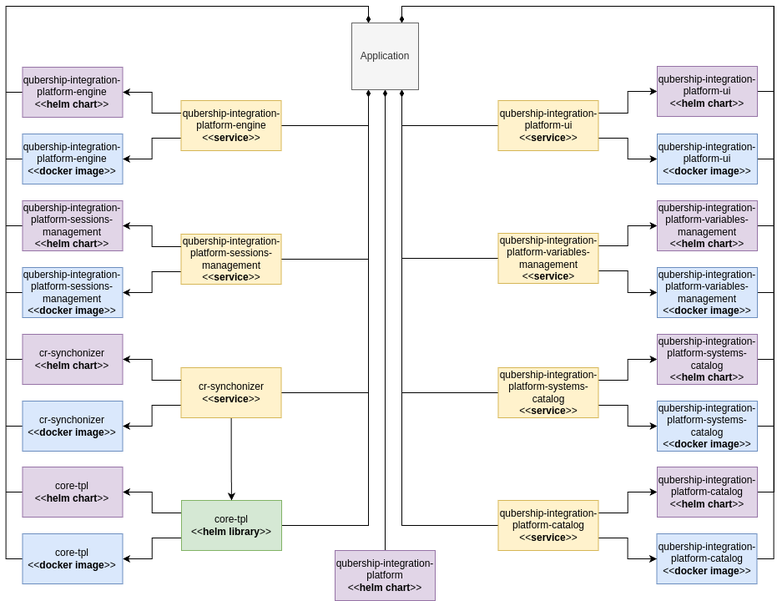
Earlier version of the draw.io export docs/images/qip-application-manifest-without-plugins.drawio.png (sivareddyit/qubership-envgene). Source tidied: cells renumbered, new cells last; positions are measured from the earlier drawing's top-left corner, leaving out a move shared by most shapes.
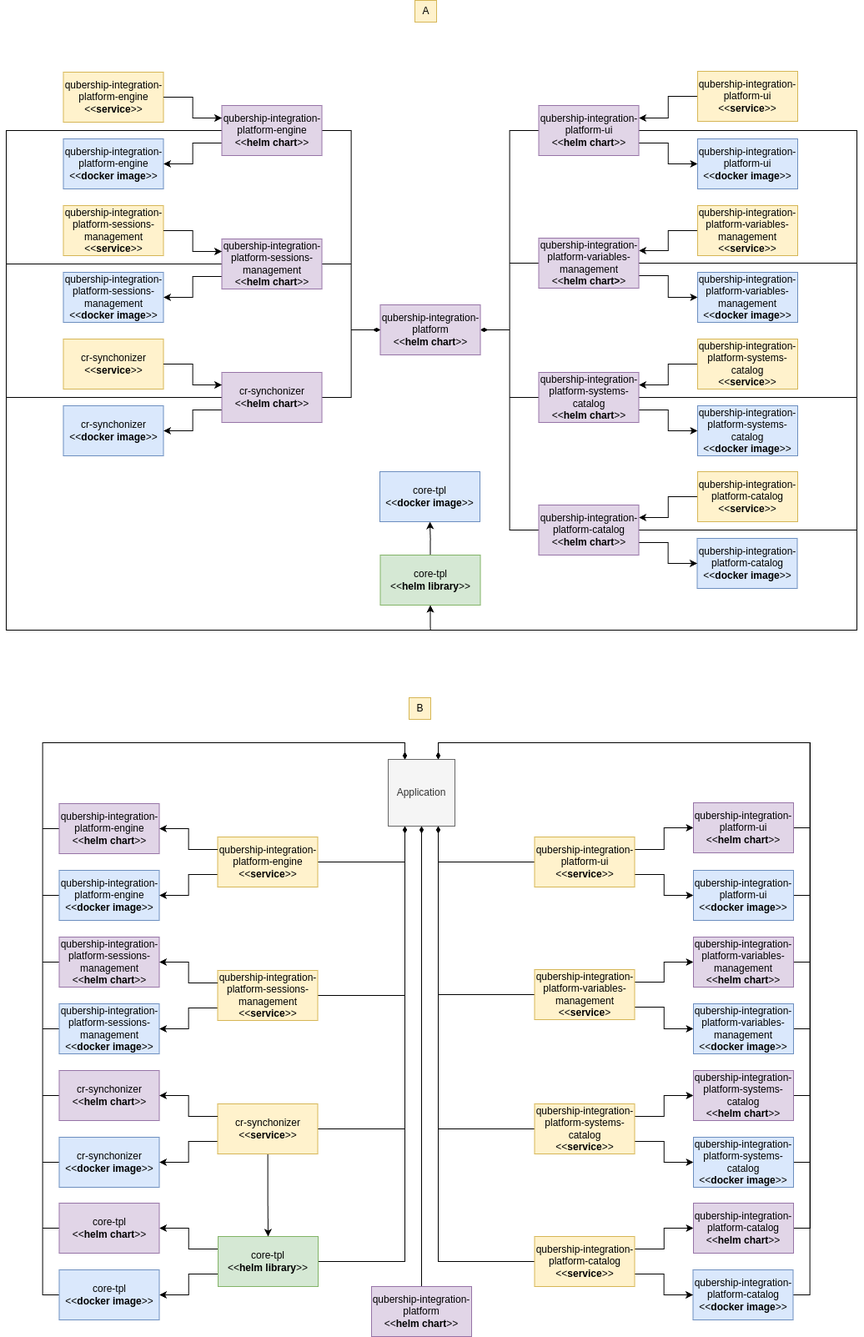
Later version of the same file.

Diff of the diagram source:
```diff
@@ -206,5 +206,212 @@
     <mxCell id="69" value="&lt;div&gt;&lt;div&gt;core-tpl&lt;/div&gt;&lt;/div&gt;&amp;lt;&amp;lt;&lt;b style=&quot;background-color: transparent; color: light-dark(rgb(0, 0, 0), rgb(255, 255, 255));&quot;&gt;helm chart&lt;/b&gt;&lt;span style=&quot;background-color: transparent; color: light-dark(rgb(0, 0, 0), rgb(255, 255, 255));&quot;&gt;&amp;gt;&amp;gt;&lt;/span&gt;" style="rounded=0;whiteSpace=wrap;html=1;fillColor=#e1d5e7;strokeColor=#9673a6;" parent="1" vertex="1">
       <mxGeometry x="0.5" y="532" width="120" height="60" as="geometry" />
     </mxCell>
+    <mxCell id="70" value="&lt;div&gt;qubership-integration-platform-ui&lt;/div&gt;&amp;lt;&amp;lt;&lt;b&gt;docker image&lt;/b&gt;&amp;gt;&amp;gt;" style="rounded=0;whiteSpace=wrap;html=1;fillColor=#dae8fc;strokeColor=#6c8ebf;" parent="1" vertex="1">
+      <mxGeometry x="766" y="-744" width="120" height="60" as="geometry" />
+    </mxCell>
+    <mxCell id="71" style="edgeStyle=orthogonalEdgeStyle;rounded=0;jettySize=auto;html=1;exitX=0;exitY=0.5;exitDx=0;exitDy=0;entryX=1;entryY=0.25;entryDx=0;entryDy=0;" parent="1" edge="1" source="72" target="87">
+      <mxGeometry relative="1" as="geometry" />
+    </mxCell>
+    <mxCell id="72" value="&lt;div&gt;qubership-integration-platform-ui&lt;/div&gt;&amp;lt;&amp;lt;&lt;b&gt;service&lt;/b&gt;&amp;gt;&amp;gt;" style="rounded=0;whiteSpace=wrap;html=1;fillColor=#fff2cc;strokeColor=#d6b656;" parent="1" vertex="1">
+      <mxGeometry x="766" y="-825" width="120" height="60" as="geometry" />
+    </mxCell>
+    <mxCell id="73" value="&lt;div&gt;qubership-integration-platform-variables-management&lt;/div&gt;&amp;lt;&amp;lt;&lt;b&gt;docker image&lt;/b&gt;&amp;gt;&amp;gt;" style="rounded=0;whiteSpace=wrap;html=1;fillColor=#dae8fc;strokeColor=#6c8ebf;" parent="1" vertex="1">
+      <mxGeometry x="766" y="-584" width="120" height="60" as="geometry" />
+    </mxCell>
+    <mxCell id="74" style="edgeStyle=orthogonalEdgeStyle;rounded=0;jettySize=auto;html=1;exitX=0;exitY=0.5;exitDx=0;exitDy=0;entryX=1;entryY=0.25;entryDx=0;entryDy=0;" parent="1" edge="1" source="75" target="91">
+      <mxGeometry relative="1" as="geometry" />
+    </mxCell>
+    <mxCell id="75" value="&lt;div&gt;qubership-integration-platform-variables-management&lt;/div&gt;&amp;lt;&amp;lt;&lt;b&gt;service&lt;/b&gt;&amp;gt;&amp;gt;" style="rounded=0;whiteSpace=wrap;html=1;fillColor=#fff2cc;strokeColor=#d6b656;" parent="1" vertex="1">
+      <mxGeometry x="766" y="-664" width="120" height="60" as="geometry" />
+    </mxCell>
+    <mxCell id="76" value="&lt;div&gt;qubership-integration-platform-systems-catalog&lt;/div&gt;&amp;lt;&amp;lt;&lt;b&gt;docker image&lt;/b&gt;&amp;gt;&amp;gt;" style="rounded=0;whiteSpace=wrap;html=1;fillColor=#dae8fc;strokeColor=#6c8ebf;" parent="1" vertex="1">
+      <mxGeometry x="766" y="-424" width="120" height="60" as="geometry" />
+    </mxCell>
+    <mxCell id="77" style="edgeStyle=orthogonalEdgeStyle;rounded=0;jettySize=auto;html=1;exitX=0;exitY=0.5;exitDx=0;exitDy=0;entryX=1;entryY=0.25;entryDx=0;entryDy=0;" parent="1" edge="1" source="78" target="95">
+      <mxGeometry relative="1" as="geometry" />
+    </mxCell>
+    <mxCell id="78" value="&lt;div&gt;qubership-integration-platform-systems-catalog&lt;/div&gt;&amp;lt;&amp;lt;&lt;b&gt;service&lt;/b&gt;&amp;gt;&amp;gt;" style="rounded=0;whiteSpace=wrap;html=1;fillColor=#fff2cc;strokeColor=#d6b656;" parent="1" vertex="1">
+      <mxGeometry x="766" y="-504" width="120" height="60" as="geometry" />
+    </mxCell>
+    <mxCell id="79" value="&lt;div&gt;qubership-integration-platform-catalog&lt;/div&gt;&amp;lt;&amp;lt;&lt;b&gt;docker image&lt;/b&gt;&amp;gt;&amp;gt;" style="rounded=0;whiteSpace=wrap;html=1;fillColor=#dae8fc;strokeColor=#6c8ebf;" parent="1" vertex="1">
+      <mxGeometry x="765.5" y="-265" width="120" height="60" as="geometry" />
+    </mxCell>
+    <mxCell id="80" style="edgeStyle=orthogonalEdgeStyle;rounded=0;jettySize=auto;html=1;exitX=0;exitY=0.5;exitDx=0;exitDy=0;entryX=1;entryY=0.25;entryDx=0;entryDy=0;" parent="1" edge="1" source="81" target="99">
+      <mxGeometry relative="1" as="geometry" />
+    </mxCell>
+    <mxCell id="81" value="&lt;div&gt;qubership-integration-platform-catalog&lt;/div&gt;&amp;lt;&amp;lt;&lt;b&gt;service&lt;/b&gt;&amp;gt;&amp;gt;" style="rounded=0;whiteSpace=wrap;html=1;fillColor=#fff2cc;strokeColor=#d6b656;" parent="1" vertex="1">
+      <mxGeometry x="766" y="-345" width="120" height="60" as="geometry" />
+    </mxCell>
+    <mxCell id="82" value="&lt;div&gt;qubership-integration-platform-engine&lt;/div&gt;&amp;lt;&amp;lt;&lt;b&gt;docker image&lt;/b&gt;&amp;gt;&amp;gt;" style="rounded=0;whiteSpace=wrap;html=1;fillColor=#dae8fc;strokeColor=#6c8ebf;" parent="1" vertex="1">
+      <mxGeometry x="5.5" y="-744" width="120" height="60" as="geometry" />
+    </mxCell>
+    <mxCell id="83" value="&lt;div&gt;qubership-integration-platform-engine&lt;/div&gt;&amp;lt;&amp;lt;&lt;b&gt;service&lt;/b&gt;&amp;gt;&amp;gt;" style="rounded=0;whiteSpace=wrap;html=1;fillColor=#fff2cc;strokeColor=#d6b656;" parent="1" vertex="1">
+      <mxGeometry x="5.5" y="-824" width="120" height="60" as="geometry" />
+    </mxCell>
+    <mxCell id="84" style="edgeStyle=orthogonalEdgeStyle;rounded=0;jettySize=auto;html=1;exitX=0;exitY=0.5;exitDx=0;exitDy=0;entryX=1;entryY=0.5;entryDx=0;entryDy=0;endArrow=diamondThin;endFill=1;" parent="1" edge="1" source="87" target="104">
+      <mxGeometry relative="1" as="geometry" />
+    </mxCell>
+    <mxCell id="85" style="edgeStyle=orthogonalEdgeStyle;rounded=0;jettySize=auto;html=1;exitX=1;exitY=0.75;exitDx=0;exitDy=0;" parent="1" edge="1" source="87" target="70">
+      <mxGeometry relative="1" as="geometry" />
+    </mxCell>
+    <mxCell id="86" style="edgeStyle=orthogonalEdgeStyle;rounded=0;jettySize=auto;html=1;entryX=0.5;entryY=1;entryDx=0;entryDy=0;" parent="1" edge="1" source="87" target="106">
+      <mxGeometry relative="1" as="geometry">
+        <Array as="points">
+          <mxPoint x="957" y="-754" />
+          <mxPoint x="957" y="-155" />
+          <mxPoint x="446" y="-155" />
+        </Array>
+      </mxGeometry>
+    </mxCell>
+    <mxCell id="87" value="&lt;div&gt;qubership-integration-platform-ui&lt;/div&gt;&amp;lt;&amp;lt;&lt;b&gt;helm chart&lt;/b&gt;&amp;gt;&amp;gt;" style="rounded=0;whiteSpace=wrap;html=1;fillColor=#e1d5e7;strokeColor=#9673a6;" parent="1" vertex="1">
+      <mxGeometry x="575.5" y="-784" width="120" height="60" as="geometry" />
+    </mxCell>
+    <mxCell id="88" style="edgeStyle=orthogonalEdgeStyle;rounded=0;jettySize=auto;html=1;exitX=0;exitY=0.5;exitDx=0;exitDy=0;entryX=1;entryY=0.5;entryDx=0;entryDy=0;endArrow=diamondThin;endFill=1;" parent="1" edge="1" source="91" target="104">
+      <mxGeometry relative="1" as="geometry" />
+    </mxCell>
+    <mxCell id="89" style="edgeStyle=orthogonalEdgeStyle;rounded=0;jettySize=auto;html=1;exitX=1;exitY=0.75;exitDx=0;exitDy=0;entryX=0;entryY=0.5;entryDx=0;entryDy=0;" parent="1" edge="1" source="91" target="73">
+      <mxGeometry relative="1" as="geometry" />
+    </mxCell>
+    <mxCell id="90" style="edgeStyle=orthogonalEdgeStyle;rounded=0;jettySize=auto;html=1;entryX=0.5;entryY=1;entryDx=0;entryDy=0;" parent="1" edge="1" source="91" target="106">
+      <mxGeometry relative="1" as="geometry">
+        <Array as="points">
+          <mxPoint x="957" y="-595" />
+          <mxPoint x="957" y="-155" />
+          <mxPoint x="446" y="-155" />
+        </Array>
+      </mxGeometry>
+    </mxCell>
+    <mxCell id="91" value="&lt;div&gt;qubership-integration-platform-variables-management&lt;/div&gt;&amp;lt;&amp;lt;&lt;b&gt;helm chart&amp;gt;&lt;/b&gt;&amp;gt;" style="rounded=0;whiteSpace=wrap;html=1;fillColor=#e1d5e7;strokeColor=#9673a6;" parent="1" vertex="1">
+      <mxGeometry x="575.5" y="-625" width="120" height="60" as="geometry" />
+    </mxCell>
+    <mxCell id="92" style="edgeStyle=orthogonalEdgeStyle;rounded=0;jettySize=auto;html=1;exitX=0;exitY=0.5;exitDx=0;exitDy=0;entryX=1;entryY=0.5;entryDx=0;entryDy=0;endArrow=diamondThin;endFill=1;" parent="1" edge="1" source="95" target="104">
+      <mxGeometry relative="1" as="geometry" />
+    </mxCell>
+    <mxCell id="93" style="edgeStyle=orthogonalEdgeStyle;rounded=0;jettySize=auto;html=1;exitX=1;exitY=0.75;exitDx=0;exitDy=0;entryX=0;entryY=0.5;entryDx=0;entryDy=0;" parent="1" edge="1" source="95" target="76">
+      <mxGeometry relative="1" as="geometry" />
+    </mxCell>
+    <mxCell id="94" style="edgeStyle=orthogonalEdgeStyle;rounded=0;jettySize=auto;html=1;exitX=1;exitY=0.5;exitDx=0;exitDy=0;entryX=0.5;entryY=1;entryDx=0;entryDy=0;" parent="1" edge="1" source="95" target="106">
+      <mxGeometry relative="1" as="geometry">
+        <Array as="points">
+          <mxPoint x="957" y="-434" />
+          <mxPoint x="957" y="-155" />
+          <mxPoint x="446" y="-155" />
+        </Array>
+      </mxGeometry>
+    </mxCell>
+    <mxCell id="95" value="&lt;div&gt;qubership-integration-platform-systems-catalog&lt;/div&gt;&amp;lt;&amp;lt;&lt;b&gt;helm chart&lt;/b&gt;&amp;gt;&amp;gt;" style="rounded=0;whiteSpace=wrap;html=1;fillColor=#e1d5e7;strokeColor=#9673a6;" parent="1" vertex="1">
+      <mxGeometry x="575.5" y="-464" width="120" height="60" as="geometry" />
+    </mxCell>
+    <mxCell id="96" style="edgeStyle=orthogonalEdgeStyle;rounded=0;jettySize=auto;html=1;exitX=0;exitY=0.5;exitDx=0;exitDy=0;entryX=1;entryY=0.5;entryDx=0;entryDy=0;endArrow=diamondThin;endFill=1;" parent="1" edge="1" source="99" target="104">
+      <mxGeometry relative="1" as="geometry" />
+    </mxCell>
+    <mxCell id="97" style="edgeStyle=orthogonalEdgeStyle;rounded=0;jettySize=auto;html=1;exitX=1;exitY=0.75;exitDx=0;exitDy=0;" parent="1" edge="1" source="99" target="79">
+      <mxGeometry relative="1" as="geometry" />
+    </mxCell>
+    <mxCell id="98" style="edgeStyle=orthogonalEdgeStyle;rounded=0;jettySize=auto;html=1;exitX=1;exitY=0.5;exitDx=0;exitDy=0;entryX=0.5;entryY=1;entryDx=0;entryDy=0;" parent="1" edge="1" source="99" target="106">
+      <mxGeometry relative="1" as="geometry">
+        <Array as="points">
+          <mxPoint x="957" y="-275" />
+          <mxPoint x="957" y="-155" />
+          <mxPoint x="446" y="-155" />
+        </Array>
+      </mxGeometry>
+    </mxCell>
+    <mxCell id="99" value="&lt;div&gt;qubership-integration-platform-catalog&lt;/div&gt;&amp;lt;&amp;lt;&lt;b&gt;helm chart&lt;/b&gt;&amp;gt;&amp;gt;" style="rounded=0;whiteSpace=wrap;html=1;fillColor=#e1d5e7;strokeColor=#9673a6;" parent="1" vertex="1">
+      <mxGeometry x="575.5" y="-305" width="120" height="60" as="geometry" />
+    </mxCell>
+    <mxCell id="100" style="edgeStyle=orthogonalEdgeStyle;rounded=0;jettySize=auto;html=1;entryX=0;entryY=0.5;entryDx=0;entryDy=0;endArrow=diamondThin;endFill=1;" parent="1" edge="1" source="103" target="104">
+      <mxGeometry relative="1" as="geometry" />
+    </mxCell>
+    <mxCell id="101" style="edgeStyle=orthogonalEdgeStyle;rounded=0;jettySize=auto;html=1;exitX=0;exitY=0.75;exitDx=0;exitDy=0;entryX=1;entryY=0.5;entryDx=0;entryDy=0;" parent="1" edge="1" source="103" target="82">
+      <mxGeometry relative="1" as="geometry" />
+    </mxCell>
+    <mxCell id="102" style="edgeStyle=orthogonalEdgeStyle;rounded=0;jettySize=auto;html=1;exitX=0;exitY=0.5;exitDx=0;exitDy=0;entryX=0.5;entryY=1;entryDx=0;entryDy=0;" parent="1" edge="1" source="103" target="106">
+      <mxGeometry relative="1" as="geometry">
+        <Array as="points">
+          <mxPoint x="-63" y="-754" />
+          <mxPoint x="-63" y="-155" />
+          <mxPoint x="446" y="-155" />
+        </Array>
+      </mxGeometry>
+    </mxCell>
+    <mxCell id="103" value="&lt;div&gt;qubership-integration-platform-engine&lt;/div&gt;&amp;lt;&amp;lt;&lt;b&gt;helm chart&lt;/b&gt;&amp;gt;&amp;gt;" style="rounded=0;whiteSpace=wrap;html=1;fillColor=#e1d5e7;strokeColor=#9673a6;" parent="1" vertex="1">
+      <mxGeometry x="195.5" y="-784" width="120" height="60" as="geometry" />
+    </mxCell>
+    <mxCell id="104" value="&lt;div&gt;qubership-integration-platform&lt;/div&gt;&amp;lt;&amp;lt;&lt;b&gt;helm chart&lt;/b&gt;&amp;gt;&amp;gt;" style="rounded=0;whiteSpace=wrap;html=1;fillColor=#e1d5e7;strokeColor=#9673a6;" parent="1" vertex="1">
+      <mxGeometry x="385.5" y="-545" width="120" height="60" as="geometry" />
+    </mxCell>
+    <mxCell id="105" style="edgeStyle=orthogonalEdgeStyle;rounded=0;jettySize=auto;html=1;exitX=0.5;exitY=0;exitDx=0;exitDy=0;entryX=0.5;entryY=1;entryDx=0;entryDy=0;" parent="1" edge="1" source="106" target="107">
+      <mxGeometry relative="1" as="geometry" />
+    </mxCell>
+    <mxCell id="106" value="&lt;div&gt;core-tpl&lt;/div&gt;&amp;lt;&amp;lt;&lt;b&gt;helm library&lt;/b&gt;&amp;gt;&amp;gt;" style="rounded=0;whiteSpace=wrap;html=1;fillColor=#d5e8d4;strokeColor=#82b366;" parent="1" vertex="1">
+      <mxGeometry x="385.5" y="-245" width="120" height="60" as="geometry" />
+    </mxCell>
+    <mxCell id="107" value="&lt;div&gt;core-tpl&lt;/div&gt;&amp;lt;&amp;lt;&lt;b&gt;docker image&lt;/b&gt;&amp;gt;&amp;gt;" style="rounded=0;whiteSpace=wrap;html=1;fillColor=#dae8fc;strokeColor=#6c8ebf;" parent="1" vertex="1">
+      <mxGeometry x="385" y="-345" width="120" height="60" as="geometry" />
+    </mxCell>
+    <mxCell id="108" style="edgeStyle=orthogonalEdgeStyle;rounded=0;jettySize=auto;html=1;entryX=0;entryY=0.25;entryDx=0;entryDy=0;" parent="1" edge="1" source="83" target="103">
+      <mxGeometry relative="1" as="geometry" />
+    </mxCell>
+    <mxCell id="109" value="&lt;div&gt;qubership-integration-platform-sessions-management&lt;/div&gt;&amp;lt;&amp;lt;&lt;b&gt;docker image&lt;/b&gt;&amp;gt;&amp;gt;" style="rounded=0;whiteSpace=wrap;html=1;fillColor=#dae8fc;strokeColor=#6c8ebf;" parent="1" vertex="1">
+      <mxGeometry x="5.5" y="-584" width="120" height="60" as="geometry" />
+    </mxCell>
+    <mxCell id="110" value="&lt;div&gt;qubership-integration-platform-sessions-management&lt;/div&gt;&amp;lt;&amp;lt;&lt;b&gt;service&lt;/b&gt;&amp;gt;&amp;gt;" style="rounded=0;whiteSpace=wrap;html=1;fillColor=#fff2cc;strokeColor=#d6b656;" parent="1" vertex="1">
+      <mxGeometry x="5.5" y="-664" width="120" height="60" as="geometry" />
+    </mxCell>
+    <mxCell id="111" style="edgeStyle=orthogonalEdgeStyle;rounded=0;jettySize=auto;html=1;exitX=0;exitY=0.75;exitDx=0;exitDy=0;entryX=1;entryY=0.5;entryDx=0;entryDy=0;" parent="1" edge="1" source="114" target="109">
+      <mxGeometry relative="1" as="geometry" />
+    </mxCell>
+    <mxCell id="112" style="edgeStyle=orthogonalEdgeStyle;rounded=0;jettySize=auto;html=1;exitX=1;exitY=0.5;exitDx=0;exitDy=0;entryX=0;entryY=0.5;entryDx=0;entryDy=0;endArrow=diamondThin;endFill=1;" parent="1" edge="1" source="114" target="104">
+      <mxGeometry relative="1" as="geometry" />
+    </mxCell>
+    <mxCell id="113" style="edgeStyle=orthogonalEdgeStyle;rounded=0;jettySize=auto;html=1;exitX=0;exitY=0.5;exitDx=0;exitDy=0;entryX=0.5;entryY=1;entryDx=0;entryDy=0;" parent="1" edge="1" source="114" target="106">
+      <mxGeometry relative="1" as="geometry">
+        <Array as="points">
+          <mxPoint x="-63" y="-594" />
+          <mxPoint x="-63" y="-155" />
+          <mxPoint x="446" y="-155" />
+        </Array>
+      </mxGeometry>
+    </mxCell>
+    <mxCell id="114" value="&lt;div&gt;qubership-integration-platform-sessions-management&lt;/div&gt;&amp;lt;&amp;lt;&lt;b&gt;helm chart&lt;/b&gt;&amp;gt;&amp;gt;" style="rounded=0;whiteSpace=wrap;html=1;fillColor=#e1d5e7;strokeColor=#9673a6;" parent="1" vertex="1">
+      <mxGeometry x="195.5" y="-624" width="120" height="60" as="geometry" />
+    </mxCell>
+    <mxCell id="115" style="edgeStyle=orthogonalEdgeStyle;rounded=0;jettySize=auto;html=1;entryX=0;entryY=0.25;entryDx=0;entryDy=0;" parent="1" edge="1" source="110" target="114">
+      <mxGeometry relative="1" as="geometry" />
+    </mxCell>
+    <mxCell id="116" value="&lt;div&gt;&lt;div&gt;cr-synchonizer&lt;/div&gt;&lt;/div&gt;&amp;lt;&amp;lt;&lt;b&gt;docker image&lt;/b&gt;&amp;gt;&amp;gt;" style="rounded=0;whiteSpace=wrap;html=1;fillColor=#dae8fc;strokeColor=#6c8ebf;" parent="1" vertex="1">
+      <mxGeometry x="5.5" y="-424" width="120" height="60" as="geometry" />
+    </mxCell>
+    <mxCell id="117" value="&lt;div&gt;cr-synchonizer&lt;/div&gt;&amp;lt;&amp;lt;&lt;b&gt;service&lt;/b&gt;&amp;gt;&amp;gt;" style="rounded=0;whiteSpace=wrap;html=1;fillColor=#fff2cc;strokeColor=#d6b656;" parent="1" vertex="1">
+      <mxGeometry x="5.5" y="-504" width="120" height="60" as="geometry" />
+    </mxCell>
+    <mxCell id="118" style="edgeStyle=orthogonalEdgeStyle;rounded=0;jettySize=auto;html=1;exitX=0;exitY=0.75;exitDx=0;exitDy=0;entryX=1;entryY=0.5;entryDx=0;entryDy=0;" parent="1" edge="1" source="121" target="116">
+      <mxGeometry relative="1" as="geometry" />
+    </mxCell>
+    <mxCell id="119" style="edgeStyle=orthogonalEdgeStyle;rounded=0;jettySize=auto;html=1;entryX=0;entryY=0.5;entryDx=0;entryDy=0;endArrow=diamondThin;endFill=1;" parent="1" edge="1" source="121" target="104">
+      <mxGeometry relative="1" as="geometry" />
+    </mxCell>
+    <mxCell id="120" style="edgeStyle=orthogonalEdgeStyle;rounded=0;jettySize=auto;html=1;exitX=0;exitY=0.5;exitDx=0;exitDy=0;entryX=0.5;entryY=1;entryDx=0;entryDy=0;" parent="1" edge="1" source="121" target="106">
+      <mxGeometry relative="1" as="geometry">
+        <Array as="points">
+          <mxPoint x="-63" y="-434" />
+          <mxPoint x="-63" y="-155" />
+          <mxPoint x="446" y="-155" />
+        </Array>
+      </mxGeometry>
+    </mxCell>
+    <mxCell id="121" value="&lt;div&gt;&lt;div&gt;cr-synchonizer&lt;/div&gt;&lt;/div&gt;&amp;lt;&amp;lt;&lt;b&gt;helm chart&lt;/b&gt;&amp;gt;&amp;gt;" style="rounded=0;whiteSpace=wrap;html=1;fillColor=#e1d5e7;strokeColor=#9673a6;" parent="1" vertex="1">
+      <mxGeometry x="195.5" y="-464" width="120" height="60" as="geometry" />
+    </mxCell>
+    <mxCell id="122" style="edgeStyle=orthogonalEdgeStyle;rounded=0;jettySize=auto;html=1;entryX=0;entryY=0.25;entryDx=0;entryDy=0;" parent="1" edge="1" source="117" target="121">
+      <mxGeometry relative="1" as="geometry" />
+    </mxCell>
+    <mxCell id="123" value="B" style="text;html=1;align=center;verticalAlign=middle;strokeColor=#d6b656;fillColor=#fff2cc;" parent="1" vertex="1">
+      <mxGeometry x="420" y="-74" width="26" height="26" as="geometry" />
+    </mxCell>
+    <mxCell id="124" value="A" style="text;html=1;align=center;verticalAlign=middle;strokeColor=#d6b656;fillColor=#fff2cc;" parent="1" vertex="1">
+      <mxGeometry x="427" y="-910" width="26" height="26" as="geometry" />
+    </mxCell>
   </root>
 </mxGraphModel>
```
